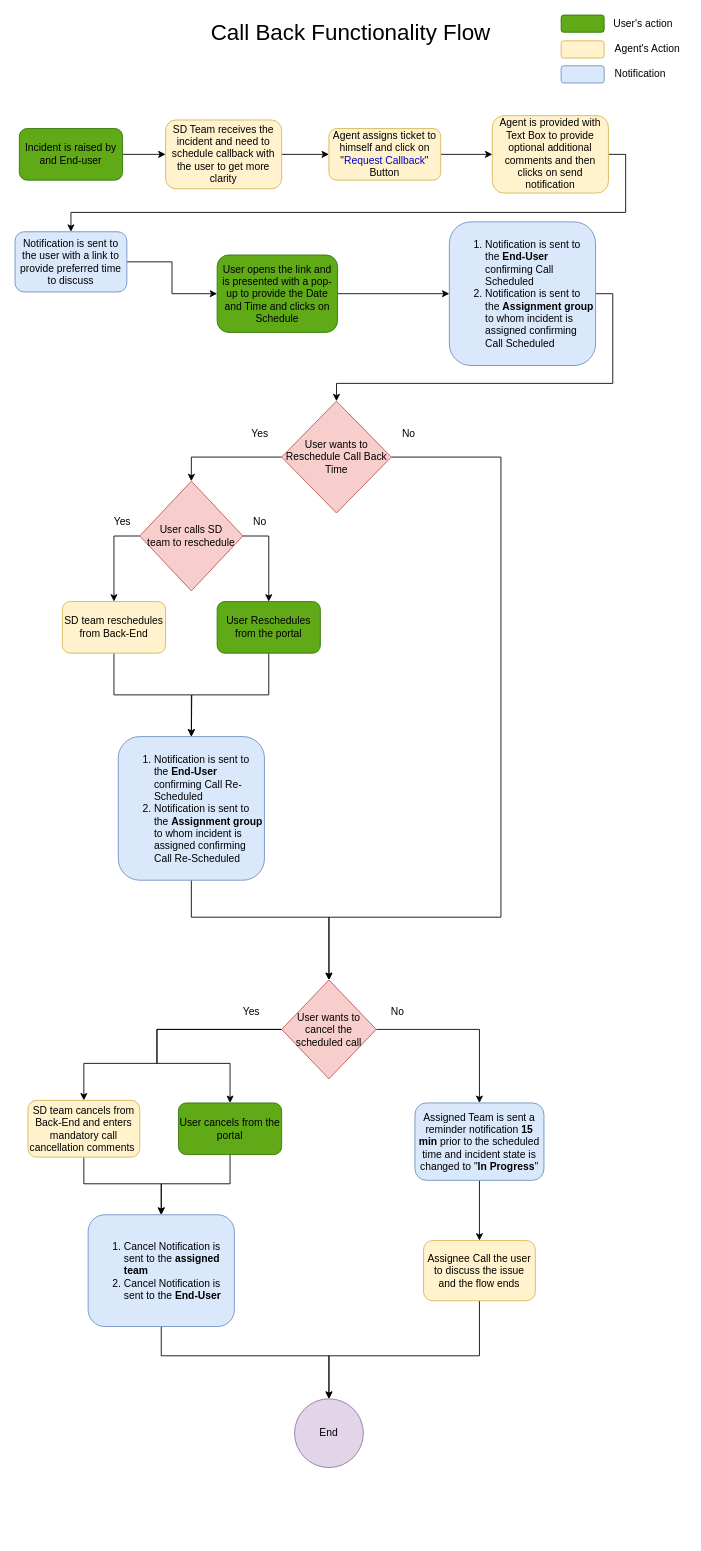
sunjyot1993/Call-Back-Flow keeps this draw.io diagram as Untitled Diagram.drawio. Above is the earlier version. Source tidied: cells renumbered, new cells numbered last; positions are measured from the earlier drawing's top-left corner, leaving out a move shared by most shapes. Both pictures are drawn from the tidied source at 86%, with x=0, y=0 at pixel (15, 15).
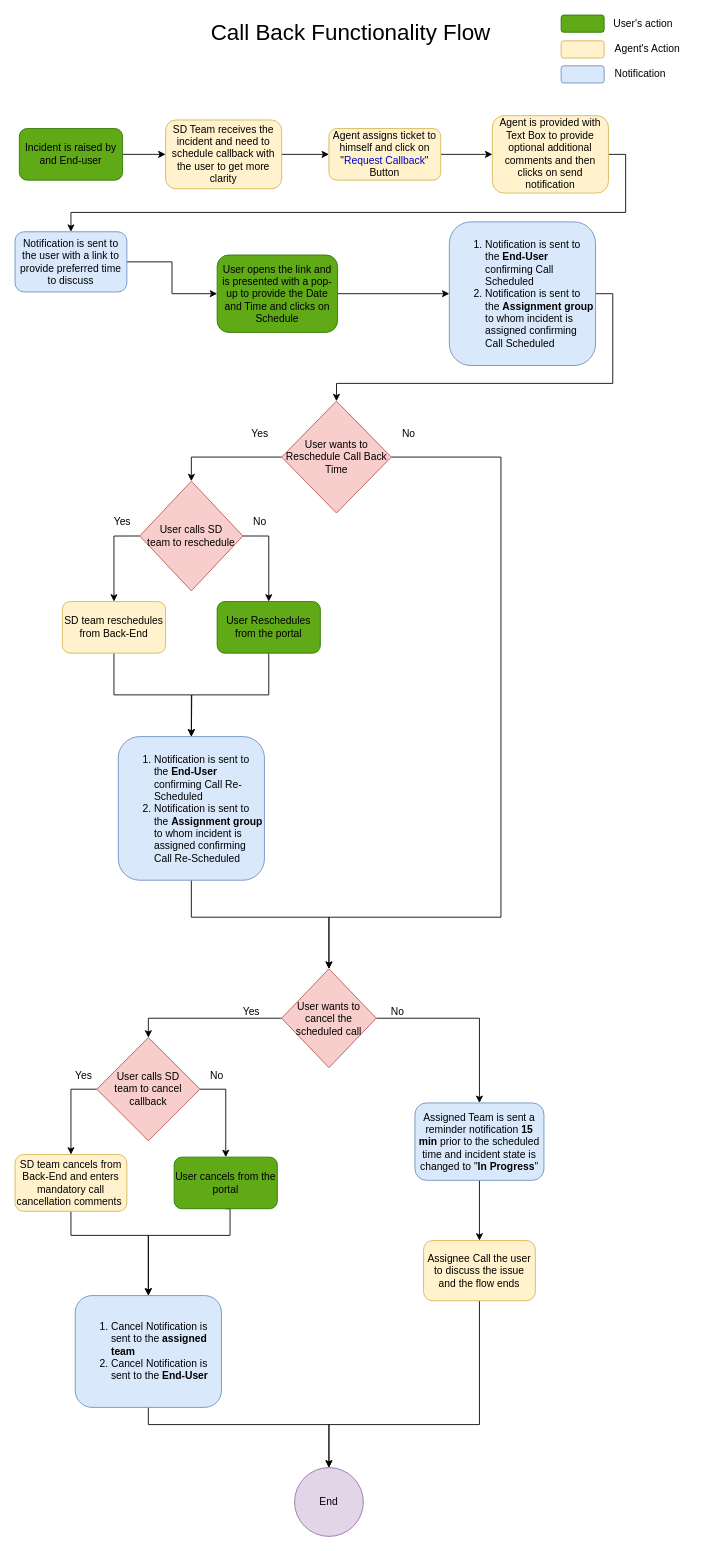
The same diagram, later.

Unchanged cells that the change refers to:
```xml
<mxCell id="23" value="Assignee Call the user to discuss the issue and the flow ends" style="rounded=1;whiteSpace=wrap;html=1;fillColor=#fff2cc;strokeColor=#d6b656;" parent="1" vertex="1">
  <mxGeometry x="475" y="1425" width="130" height="70" as="geometry" />
</mxCell>
```

What changed in the source:
```diff
@@
     <mxCell id="21" value="End" style="ellipse;whiteSpace=wrap;html=1;fillColor=#e1d5e7;strokeColor=#9673a6;" parent="1" vertex="1">
-      <mxGeometry x="325" y="1609" width="80" height="80" as="geometry" />
+      <mxGeometry x="325" y="1689" width="80" height="80" as="geometry" />
     </mxCell>
     <mxCell id="22" style="edgeStyle=orthogonalEdgeStyle;rounded=0;jettySize=auto;html=1;exitX=0.5;exitY=1;exitDx=0;exitDy=0;entryX=0.5;entryY=0;entryDx=0;entryDy=0;" parent="1" edge="1" source="23" target="21">
       <mxGeometry relative="1" as="geometry">
         <Array as="points">
-          <mxPoint x="540" y="1559" />
-          <mxPoint x="365" y="1559" />
+          <mxPoint x="540" y="1639" />
+          <mxPoint x="365" y="1639" />
         </Array>
       </mxGeometry>
     </mxCell>
@@
-    <mxCell id="34" style="edgeStyle=orthogonalEdgeStyle;rounded=0;jettySize=auto;html=1;exitX=0;exitY=0.5;exitDx=0;exitDy=0;entryX=0.5;entryY=0;entryDx=0;entryDy=0;" parent="1" edge="1" source="36" target="49">
-      <mxGeometry relative="1" as="geometry">
-        <Array as="points">
-          <mxPoint x="165" y="1179" />
-          <mxPoint x="165" y="1219" />
-          <mxPoint x="80" y="1219" />
-        </Array>
-      </mxGeometry>
-    </mxCell>
-    <mxCell id="35" style="edgeStyle=orthogonalEdgeStyle;rounded=0;jettySize=auto;html=1;exitX=0;exitY=0.5;exitDx=0;exitDy=0;entryX=0.5;entryY=0;entryDx=0;entryDy=0;" parent="1" edge="1" source="36" target="51">
-      <mxGeometry relative="1" as="geometry">
-        <Array as="points">
-          <mxPoint x="165" y="1179" />
-          <mxPoint x="165" y="1219" />
-          <mxPoint x="250" y="1219" />
-        </Array>
-      </mxGeometry>
-    </mxCell>
+    <mxCell id="56" style="edgeStyle=orthogonalEdgeStyle;rounded=0;jettySize=auto;html=1;exitX=0;exitY=0.5;exitDx=0;exitDy=0;entryX=0.5;entryY=0;entryDx=0;entryDy=0;" parent="1" edge="1" source="36" target="60">
+      <mxGeometry relative="1" as="geometry" />
+    </mxCell>
     <mxCell id="36" value="User wants to cancel the scheduled call" style="rhombus;whiteSpace=wrap;html=1;fillColor=#f8cecc;strokeColor=#b85450;" parent="1" vertex="1">
-      <mxGeometry x="310" y="1122" width="110" height="115" as="geometry" />
+      <mxGeometry x="310" y="1109" width="110" height="115" as="geometry" />
     </mxCell>
-    <mxCell id="37" style="edgeStyle=orthogonalEdgeStyle;rounded=0;jettySize=auto;html=1;exitX=0.5;exitY=1;exitDx=0;exitDy=0;fontColor=#000000;" parent="1" edge="1" source="38">
-      <mxGeometry relative="1" as="geometry">
-        <mxPoint x="365" y="1609" as="targetPoint" />
-        <Array as="points">
-          <mxPoint x="170" y="1559" />
-          <mxPoint x="365" y="1559" />
-        </Array>
-      </mxGeometry>
-    </mxCell>
+    <mxCell id="57" style="edgeStyle=orthogonalEdgeStyle;rounded=0;jettySize=auto;html=1;exitX=0.5;exitY=1;exitDx=0;exitDy=0;entryX=0.5;entryY=0;entryDx=0;entryDy=0;" parent="1" edge="1" source="38" target="21">
+      <mxGeometry relative="1" as="geometry">
+        <Array as="points">
+          <mxPoint x="155" y="1639" />
+          <mxPoint x="365" y="1639" />
+        </Array>
+      </mxGeometry>
+    </mxCell>
     <mxCell id="38" value="&lt;ol&gt;&lt;li&gt;Cancel Notification is sent to the &lt;b&gt;assigned team&lt;/b&gt;&lt;/li&gt;&lt;li&gt;Cancel Notification is sent to the &lt;b&gt;End-User&lt;/b&gt;&lt;br&gt;&lt;/li&gt;&lt;/ol&gt;" style="rounded=1;whiteSpace=wrap;html=1;fillColor=#dae8fc;strokeColor=#6c8ebf;align=left;" parent="1" vertex="1">
-      <mxGeometry x="85" y="1395" width="170" height="130" as="geometry" />
+      <mxGeometry x="70" y="1489" width="170" height="130" as="geometry" />
     </mxCell>
@@
     <mxCell id="48" style="edgeStyle=orthogonalEdgeStyle;rounded=0;jettySize=auto;html=1;exitX=0.5;exitY=1;exitDx=0;exitDy=0;entryX=0.5;entryY=0;entryDx=0;entryDy=0;" parent="1" edge="1" source="49" target="38">
       <mxGeometry relative="1" as="geometry">
         <Array as="points">
-          <mxPoint x="80" y="1359" />
-          <mxPoint x="170" y="1359" />
+          <mxPoint x="65" y="1419" />
+          <mxPoint x="155" y="1419" />
+          <mxPoint x="155" y="1489" />
         </Array>
       </mxGeometry>
     </mxCell>
     <mxCell id="49" value="SD team cancels from Back-End and enters mandatory call cancellation comments&amp;nbsp;" style="rounded=1;whiteSpace=wrap;html=1;fillColor=#fff2cc;strokeColor=#d6b656;" parent="1" vertex="1">
-      <mxGeometry x="15" y="1262" width="130" height="66" as="geometry" />
+      <mxGeometry y="1325" width="130" height="66" as="geometry" />
     </mxCell>
     <mxCell id="50" style="edgeStyle=orthogonalEdgeStyle;rounded=0;jettySize=auto;html=1;exitX=0.5;exitY=1;exitDx=0;exitDy=0;entryX=0.5;entryY=0;entryDx=0;entryDy=0;" parent="1" edge="1" source="51" target="38">
       <mxGeometry relative="1" as="geometry">
         <Array as="points">
-          <mxPoint x="250" y="1359" />
-          <mxPoint x="170" y="1359" />
+          <mxPoint x="250" y="1388" />
+          <mxPoint x="250" y="1419" />
+          <mxPoint x="155" y="1419" />
+          <mxPoint x="155" y="1489" />
         </Array>
       </mxGeometry>
     </mxCell>
     <mxCell id="51" value="User cancels from the portal" style="rounded=1;whiteSpace=wrap;html=1;fillColor=#60a917;strokeColor=#2D7600;fontColor=#000000;" parent="1" vertex="1">
-      <mxGeometry x="190" y="1265" width="120" height="60" as="geometry" />
+      <mxGeometry x="185" y="1328" width="120" height="60" as="geometry" />
     </mxCell>
@@
+    <mxCell id="58" style="edgeStyle=orthogonalEdgeStyle;rounded=0;jettySize=auto;html=1;exitX=1;exitY=0.5;exitDx=0;exitDy=0;entryX=0.5;entryY=0;entryDx=0;entryDy=0;" parent="1" edge="1" source="60" target="51">
+      <mxGeometry relative="1" as="geometry" />
+    </mxCell>
+    <mxCell id="59" style="edgeStyle=orthogonalEdgeStyle;rounded=0;jettySize=auto;html=1;exitX=0;exitY=0.5;exitDx=0;exitDy=0;entryX=0.5;entryY=0;entryDx=0;entryDy=0;" parent="1" edge="1" source="60" target="49">
+      <mxGeometry relative="1" as="geometry" />
+    </mxCell>
+    <mxCell id="60" value="User calls SD &lt;br&gt;team to cancel&lt;br&gt;callback" style="rhombus;whiteSpace=wrap;html=1;fillColor=#f8cecc;strokeColor=#b85450;" parent="1" vertex="1">
+      <mxGeometry x="95" y="1189" width="120" height="120" as="geometry" />
+    </mxCell>
+    <mxCell id="61" value="Yes" style="text;html=1;strokeColor=none;fillColor=none;align=center;verticalAlign=middle;whiteSpace=wrap;rounded=0;" parent="1" vertex="1">
+      <mxGeometry x="60" y="1224" width="40" height="20" as="geometry" />
+    </mxCell>
+    <mxCell id="62" value="No" style="text;html=1;strokeColor=none;fillColor=none;align=center;verticalAlign=middle;whiteSpace=wrap;rounded=0;" parent="1" vertex="1">
+      <mxGeometry x="215" y="1224" width="40" height="20" as="geometry" />
+    </mxCell>
```
